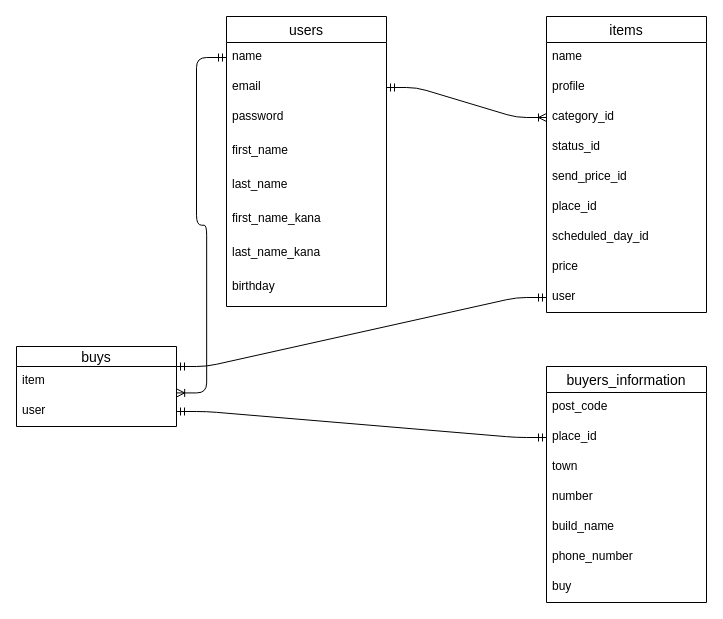
Earlier version of the draw.io diagram config/test.dio (ryo19861210/furima-37671). Source tidied: cells renumbered, new cells numbered last; positions are measured from the earlier drawing's top-left corner, leaving out a move shared by most shapes. Both pictures are drawn from the tidied source at 100%, with x=0, y=0 at pixel (16, 16).
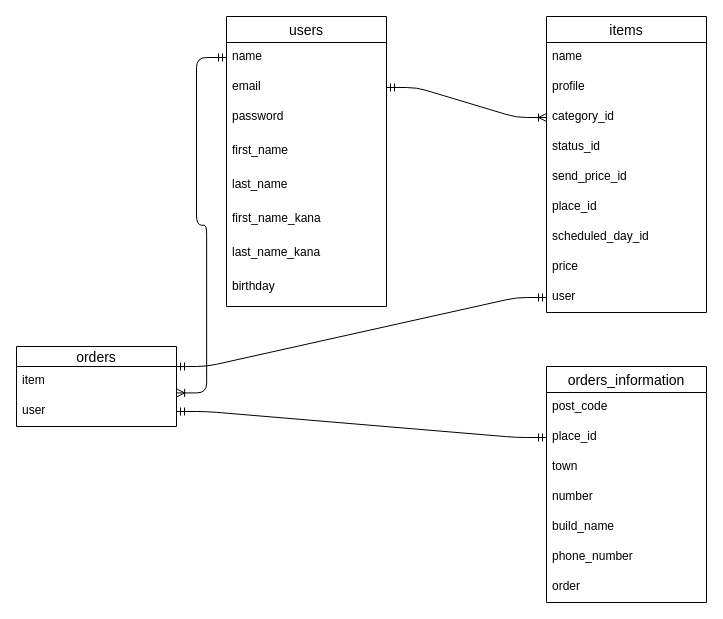
The same page after the edit.

The edit, as a diff of the source:
```diff
@@
-    <mxCell id="21" value="buys" style="swimlane;fontStyle=0;horizontal=1;startSize=20;align=center;fontSize=14;" parent="1" vertex="1">
+    <mxCell id="21" value="orders" style="swimlane;fontStyle=0;horizontal=1;startSize=20;align=center;fontSize=14;" parent="1" vertex="1">
       <mxGeometry y="330" width="160" height="80" as="geometry" />
     </mxCell>
@@
-    <mxCell id="24" value="buyers_information" style="swimlane;fontStyle=0;horizontal=1;startSize=26;align=center;fontSize=14;" parent="1" vertex="1">
+    <mxCell id="24" value="orders_information" style="swimlane;fontStyle=0;horizontal=1;startSize=26;align=center;fontSize=14;" parent="1" vertex="1">
       <mxGeometry x="530" y="350" width="160" height="236" as="geometry" />
     </mxCell>
@@
-    <mxCell id="31" value="buy" style="text;strokeColor=none;fillColor=none;spacingLeft=4;spacingRight=4;overflow=hidden;fontSize=12;" parent="24" vertex="1">
+    <mxCell id="31" value="order" style="text;strokeColor=none;fillColor=none;spacingLeft=4;spacingRight=4;overflow=hidden;fontSize=12;" parent="24" vertex="1">
       <mxGeometry y="206" width="160" height="30" as="geometry" />
     </mxCell>
```
